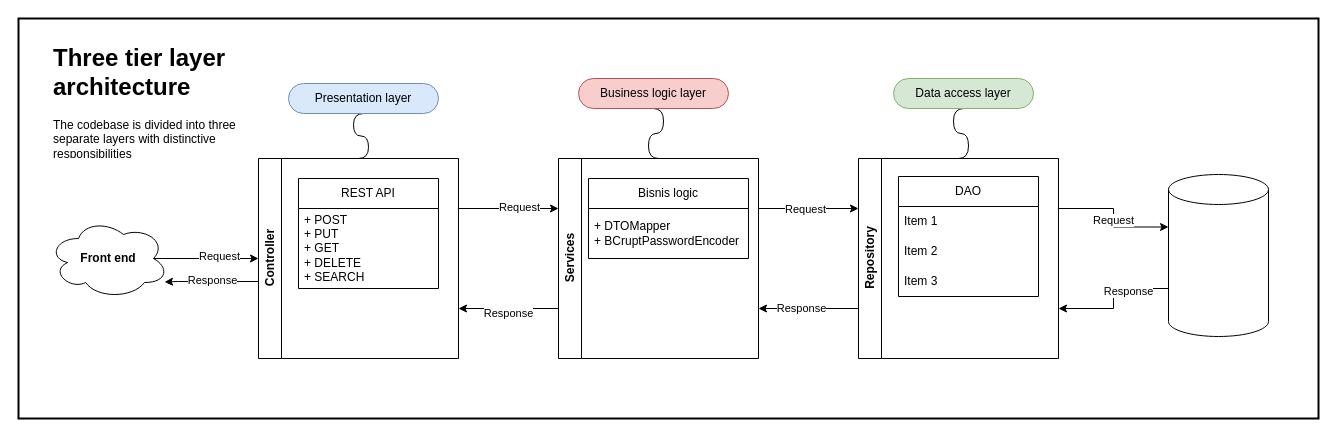
jarisiber/layer-architecture keeps this draw.io diagram as three tier layer arch pattern.drawio. Above is the earlier version. Source tidied: cells renumbered, new cells numbered last; positions are measured from the earlier drawing's top-left corner, leaving out a move shared by most shapes. Both pictures are drawn from the tidied source at 100%, with x=0, y=0 at pixel (18, 18).
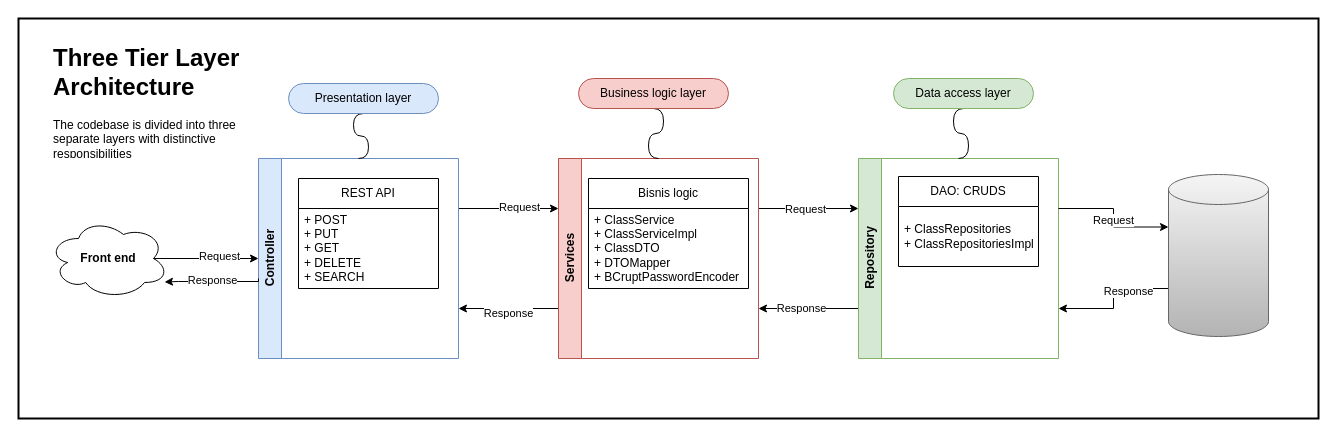
The same page after the edit.

Change to the diagram source:
```diff
@@
-    <mxCell id="5" value="Controller" style="swimlane;horizontal=0;whiteSpace=wrap;html=1;" parent="1" vertex="1">
+    <mxCell id="5" value="Controller" style="swimlane;horizontal=0;whiteSpace=wrap;html=1;fillColor=#dae8fc;strokeColor=#6c8ebf;" parent="1" vertex="1">
       <mxGeometry x="240" y="140" width="200" height="200" as="geometry" />
     </mxCell>
@@
-    <mxCell id="12" value="Services" style="swimlane;horizontal=0;whiteSpace=wrap;html=1;" parent="1" vertex="1">
+    <mxCell id="12" value="Services" style="swimlane;horizontal=0;whiteSpace=wrap;html=1;fillColor=#f8cecc;strokeColor=#b85450;" parent="1" vertex="1">
       <mxGeometry x="540" y="140" width="200" height="200" as="geometry" />
     </mxCell>
     <mxCell id="13" value="Bisnis logic" style="swimlane;fontStyle=0;horizontal=1;startSize=30;whiteSpace=wrap;html=1;" parent="12" vertex="1">
-      <mxGeometry x="30" y="20" width="160" height="80" as="geometry" />
+      <mxGeometry x="30" y="20" width="160" height="110" as="geometry" />
     </mxCell>
-    <mxCell id="14" value="+ DTOMapper&lt;br&gt;+ BCruptPasswordEncoder" style="text;strokeColor=none;fillColor=none;align=left;verticalAlign=middle;spacingLeft=4;spacingRight=4;overflow=hidden;whiteSpace=wrap;html=1;" parent="13" vertex="1">
-      <mxGeometry y="30" width="160" height="50" as="geometry" />
+    <mxCell id="14" value="+ ClassService&lt;br&gt;+ ClassServiceImpl&lt;br&gt;+ ClassDTO&lt;br&gt;+ DTOMapper&lt;br&gt;+ BCruptPasswordEncoder" style="text;strokeColor=none;fillColor=none;align=left;verticalAlign=middle;spacingLeft=4;spacingRight=4;overflow=hidden;whiteSpace=wrap;html=1;" parent="13" vertex="1">
+      <mxGeometry y="30" width="160" height="80" as="geometry" />
     </mxCell>
@@
-    <mxCell id="17" value="Repository" style="swimlane;horizontal=0;whiteSpace=wrap;html=1;" parent="1" vertex="1">
+    <mxCell id="17" value="Repository" style="swimlane;horizontal=0;whiteSpace=wrap;html=1;fillColor=#d5e8d4;strokeColor=#82b366;" parent="1" vertex="1">
       <mxGeometry x="840" y="140" width="200" height="200" as="geometry" />
     </mxCell>
-    <mxCell id="18" value="DAO" style="swimlane;fontStyle=0;horizontal=1;startSize=30;whiteSpace=wrap;html=1;" parent="17" vertex="1">
-      <mxGeometry x="40" y="18" width="140" height="120" as="geometry" />
+    <mxCell id="18" value="DAO: CRUDS" style="swimlane;fontStyle=0;horizontal=1;startSize=30;whiteSpace=wrap;html=1;" parent="17" vertex="1">
+      <mxGeometry x="40" y="18" width="140" height="90" as="geometry" />
     </mxCell>
-    <mxCell id="19" value="Item 1" style="text;strokeColor=none;fillColor=none;align=left;verticalAlign=middle;spacingLeft=4;spacingRight=4;overflow=hidden;whiteSpace=wrap;html=1;" parent="18" vertex="1">
-      <mxGeometry y="30" width="140" height="30" as="geometry" />
+    <mxCell id="19" value="+ ClassRepositories&lt;br&gt;+ ClassRepositoriesImpl" style="text;strokeColor=none;fillColor=none;align=left;verticalAlign=middle;spacingLeft=4;spacingRight=4;overflow=hidden;whiteSpace=wrap;html=1;" parent="18" vertex="1">
+      <mxGeometry y="30" width="140" height="60" as="geometry" />
     </mxCell>
-    <mxCell id="20" value="Item 2" style="text;strokeColor=none;fillColor=none;align=left;verticalAlign=middle;spacingLeft=4;spacingRight=4;overflow=hidden;whiteSpace=wrap;html=1;" parent="18" vertex="1">
-      <mxGeometry y="60" width="140" height="30" as="geometry" />
-    </mxCell>
-    <mxCell id="21" value="Item 3" style="text;strokeColor=none;fillColor=none;align=left;verticalAlign=middle;spacingLeft=4;spacingRight=4;overflow=hidden;whiteSpace=wrap;html=1;" parent="18" vertex="1">
-      <mxGeometry y="90" width="140" height="30" as="geometry" />
-    </mxCell>
@@
-    <mxCell id="24" style="shape=cylinder3;whiteSpace=wrap;html=1;boundedLbl=1;backgroundOutline=1;size=15;" parent="1" vertex="1">
+    <mxCell id="24" style="shape=cylinder3;whiteSpace=wrap;html=1;boundedLbl=1;backgroundOutline=1;size=15;fillColor=#f5f5f5;gradientColor=#b3b3b3;strokeColor=#666666;" parent="1" vertex="1">
       <mxGeometry x="1150" y="156" width="100" height="162" as="geometry" />
     </mxCell>
@@
-    <mxCell id="32" value="&lt;h1&gt;Three tier layer architecture&lt;/h1&gt;&lt;p&gt;The codebase is divided into three separate layers with distinctive responsibilities&lt;/p&gt;" style="text;html=1;strokeColor=none;fillColor=none;spacing=5;spacingTop=-20;whiteSpace=wrap;overflow=hidden;rounded=0;" parent="1" vertex="1">
+    <mxCell id="32" value="&lt;h1&gt;Three Tier Layer Architecture&lt;/h1&gt;&lt;p&gt;The codebase is divided into three separate layers with distinctive responsibilities&lt;/p&gt;" style="text;html=1;strokeColor=none;fillColor=none;spacing=5;spacingTop=-20;whiteSpace=wrap;overflow=hidden;rounded=0;" parent="1" vertex="1">
       <mxGeometry x="30" y="20" width="200" height="120" as="geometry" />
     </mxCell>
```
